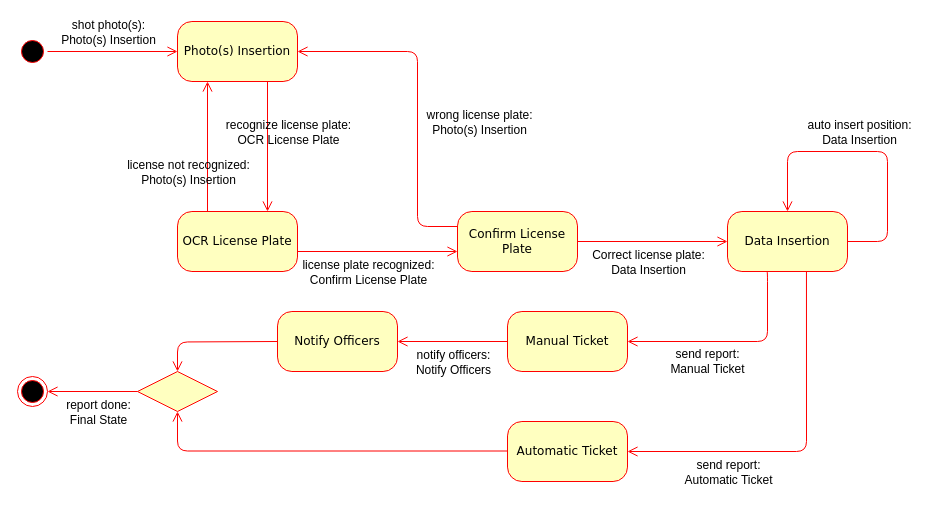
The draw.io diagram RASD/diagrams/creationOfAReport.drawio in GiorgioUghini/SafeStreets, before the edit. Source tidied: cells renumbered, new cells numbered last; positions are measured from the earlier drawing's top-left corner, leaving out a move shared by most shapes. Both pictures are drawn from the tidied source at 100%, with x=0, y=0 at pixel (17, 21).
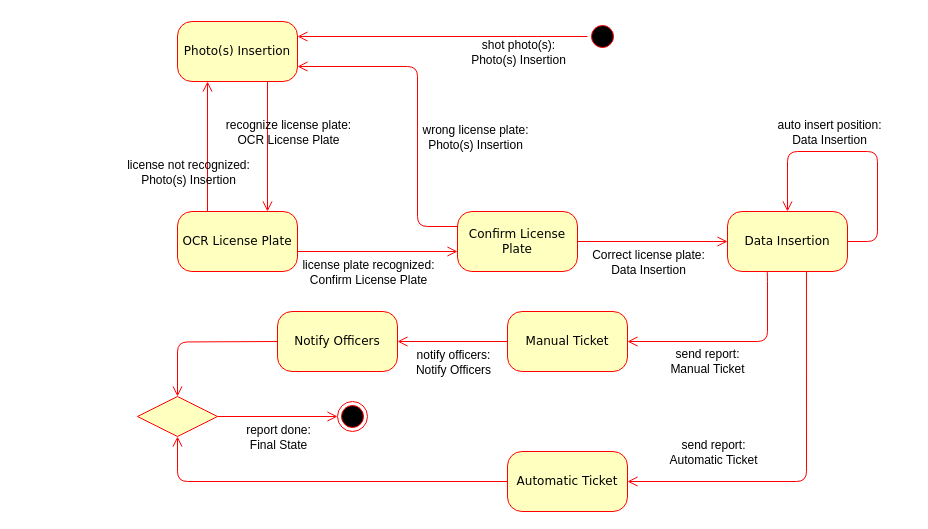
After the change.

Unchanged cells that the change refers to:
```xml
<mxCell id="4" value="Photo(s) Insertion" style="rounded=1;whiteSpace=wrap;html=1;arcSize=24;fillColor=#ffffc0;strokeColor=#ff0000;shadow=0;comic=0;labelBackgroundColor=none;fontFamily=Verdana;fontSize=12;fontColor=#000000;align=center;" parent="1" vertex="1">
  <mxGeometry x="160" width="120" height="60" as="geometry" />
</mxCell>
<mxCell id="5" value="Data Insertion" style="rounded=1;whiteSpace=wrap;html=1;arcSize=24;fillColor=#ffffc0;strokeColor=#ff0000;shadow=0;comic=0;labelBackgroundColor=none;fontFamily=Verdana;fontSize=12;fontColor=#000000;align=center;" parent="1" vertex="1">
  <mxGeometry x="710" y="190" width="120" height="60" as="geometry" />
</mxCell>
<mxCell id="6" value="Confirm License Plate" style="rounded=1;whiteSpace=wrap;html=1;arcSize=24;fillColor=#ffffc0;strokeColor=#ff0000;shadow=0;comic=0;labelBackgroundColor=none;fontFamily=Verdana;fontSize=12;fontColor=#000000;align=center;" parent="1" vertex="1">
  <mxGeometry x="440" y="190" width="120" height="60" as="geometry" />
</mxCell>
```

Change to the diagram source:
```diff
@@
     <mxCell id="2" style="ellipse;html=1;shape=startState;fillColor=#000000;strokeColor=#ff0000;rounded=1;shadow=0;comic=0;labelBackgroundColor=none;fontFamily=Verdana;fontSize=12;fontColor=#000000;align=center;direction=south;" parent="1" vertex="1">
-      <mxGeometry y="15" width="30" height="30" as="geometry" />
+      <mxGeometry x="570" width="30" height="30" as="geometry" />
     </mxCell>
@@
-    <mxCell id="7" style="edgeStyle=orthogonalEdgeStyle;html=1;labelBackgroundColor=none;endArrow=open;endSize=8;strokeColor=#ff0000;fontFamily=Verdana;fontSize=12;align=left;" parent="1" edge="1" source="2" target="4">
-      <mxGeometry relative="1" as="geometry" />
+    <mxCell id="7" style="edgeStyle=orthogonalEdgeStyle;html=1;labelBackgroundColor=none;endArrow=open;endSize=8;strokeColor=#ff0000;fontFamily=Verdana;fontSize=12;align=left;entryX=1;entryY=0.25;entryDx=0;entryDy=0;" parent="1" edge="1" source="2" target="4">
+      <mxGeometry relative="1" as="geometry">
+        <Array as="points">
+          <mxPoint x="510" y="15" />
+          <mxPoint x="510" y="15" />
+        </Array>
+      </mxGeometry>
     </mxCell>
     <mxCell id="8" value="shot photo(s):&lt;br&gt;Photo(s) Insertion" style="text;html=1;align=center;verticalAlign=middle;labelBackgroundColor=#ffffff;" parent="7" vertex="1">
       <mxGeometry x="-0.17" y="2" relative="1" as="geometry">
-        <mxPoint x="6" y="-18" as="offset" />
+        <mxPoint x="50" y="13" as="offset" />
       </mxGeometry>
     </mxCell>
@@
-    <mxCell id="15" style="edgeStyle=orthogonalEdgeStyle;html=1;exitX=0;exitY=0.25;entryX=1;entryY=0.5;labelBackgroundColor=none;endArrow=open;endSize=8;strokeColor=#ff0000;fontFamily=Verdana;fontSize=12;align=left;exitDx=0;exitDy=0;entryDx=0;entryDy=0;" parent="1" edge="1" source="6" target="4">
+    <mxCell id="15" style="edgeStyle=orthogonalEdgeStyle;html=1;exitX=0;exitY=0.25;entryX=1;entryY=0.75;labelBackgroundColor=none;endArrow=open;endSize=8;strokeColor=#ff0000;fontFamily=Verdana;fontSize=12;align=left;exitDx=0;exitDy=0;entryDx=0;entryDy=0;" parent="1" edge="1" source="6" target="4">
       <mxGeometry relative="1" as="geometry">
         <Array as="points">
           <mxPoint x="400" y="205" />
-          <mxPoint x="400" y="30" />
+          <mxPoint x="400" y="45" />
         </Array>
       </mxGeometry>
     </mxCell>
@@
     <mxCell id="19" style="edgeStyle=orthogonalEdgeStyle;html=1;exitX=1;exitY=0.5;entryX=0.5;entryY=0;labelBackgroundColor=none;endArrow=open;endSize=8;strokeColor=#ff0000;fontFamily=Verdana;fontSize=12;align=left;exitDx=0;exitDy=0;entryDx=0;entryDy=0;" parent="1" edge="1" source="5" target="5">
       <mxGeometry relative="1" as="geometry">
         <Array as="points">
-          <mxPoint x="870" y="220" />
-          <mxPoint x="870" y="130" />
+          <mxPoint x="860" y="220" />
+          <mxPoint x="860" y="130" />
           <mxPoint x="770" y="130" />
         </Array>
       </mxGeometry>
     </mxCell>
     <mxCell id="20" value="auto insert position:&lt;br&gt;Data Insertion" style="text;html=1;align=center;verticalAlign=middle;labelBackgroundColor=none;" parent="19" vertex="1">
       <mxGeometry x="0.47" y="-4" relative="1" as="geometry">
-        <mxPoint x="54" y="-16" as="offset" />
+        <mxPoint x="29" y="-16" as="offset" />
       </mxGeometry>
     </mxCell>
     <mxCell id="21" style="ellipse;html=1;shape=endState;fillColor=#000000;strokeColor=#ff0000;rounded=1;shadow=0;comic=0;labelBackgroundColor=none;fontFamily=Verdana;fontSize=12;fontColor=#000000;align=center;" parent="1" vertex="1">
-      <mxGeometry y="355" width="30" height="30" as="geometry" />
+      <mxGeometry x="320" y="380" width="30" height="30" as="geometry" />
     </mxCell>
-    <mxCell id="22" style="edgeStyle=orthogonalEdgeStyle;html=1;labelBackgroundColor=none;endArrow=open;endSize=8;strokeColor=#ff0000;fontFamily=Verdana;fontSize=12;align=left;exitX=0.658;exitY=1;exitDx=0;exitDy=0;exitPerimeter=0;" parent="1" edge="1" source="5">
+    <mxCell id="22" style="edgeStyle=orthogonalEdgeStyle;html=1;labelBackgroundColor=none;endArrow=open;endSize=8;strokeColor=#ff0000;fontFamily=Verdana;fontSize=12;align=left;exitX=0.658;exitY=1;exitDx=0;exitDy=0;exitPerimeter=0;entryX=1;entryY=0.5;entryDx=0;entryDy=0;" parent="1" edge="1" source="5" target="26">
       <mxGeometry relative="1" as="geometry">
-        <mxPoint x="610" y="430" as="targetPoint" />
         <Array as="points">
-          <mxPoint x="789" y="430" />
+          <mxPoint x="789" y="460" />
         </Array>
       </mxGeometry>
     </mxCell>
     <mxCell id="23" value="send report:&lt;br&gt;Automatic Ticket" style="text;html=1;align=center;verticalAlign=middle;labelBackgroundColor=#ffffff;" parent="22" vertex="1">
       <mxGeometry x="0.15" y="1" relative="1" as="geometry">
-        <mxPoint x="-53" y="19" as="offset" />
+        <mxPoint x="-80" y="-31" as="offset" />
       </mxGeometry>
     </mxCell>
@@
     <mxCell id="26" value="Automatic Ticket" style="rounded=1;whiteSpace=wrap;html=1;arcSize=24;fillColor=#ffffc0;strokeColor=#ff0000;shadow=0;comic=0;labelBackgroundColor=none;fontFamily=Verdana;fontSize=12;fontColor=#000000;align=center;" parent="1" vertex="1">
-      <mxGeometry x="490" y="400" width="120" height="60" as="geometry" />
+      <mxGeometry x="490" y="430" width="120" height="60" as="geometry" />
     </mxCell>
@@
-    <mxCell id="31" style="rhombus;whiteSpace=wrap;html=1;labelBackgroundColor=none;fillColor=#FFFFC0;strokeColor=#FF0000;" parent="1" vertex="1">
-      <mxGeometry x="120" y="350" width="80" height="40" as="geometry" />
-    </mxCell>
-    <mxCell id="32" style="edgeStyle=orthogonalEdgeStyle;html=1;labelBackgroundColor=none;endArrow=open;endSize=8;strokeColor=#ff0000;fontFamily=Verdana;fontSize=12;align=left;exitX=0;exitY=0.5;exitDx=0;exitDy=0;" parent="1" edge="1">
-      <mxGeometry relative="1" as="geometry">
-        <mxPoint x="490" y="429.5" as="sourcePoint" />
-        <mxPoint x="160" y="390" as="targetPoint" />
-        <Array as="points">
-          <mxPoint x="160" y="430" />
-        </Array>
-      </mxGeometry>
-    </mxCell>
@@
-    <mxCell id="34" style="edgeStyle=orthogonalEdgeStyle;html=1;labelBackgroundColor=none;endArrow=open;endSize=8;strokeColor=#ff0000;fontFamily=Verdana;fontSize=12;align=left;exitX=0;exitY=0.5;exitDx=0;exitDy=0;" parent="1" edge="1">
-      <mxGeometry relative="1" as="geometry">
-        <mxPoint x="120" y="370" as="sourcePoint" />
-        <mxPoint x="30" y="370" as="targetPoint" />
-      </mxGeometry>
+    <mxCell id="34" style="edgeStyle=orthogonalEdgeStyle;html=1;labelBackgroundColor=none;endArrow=open;endSize=8;strokeColor=#ff0000;fontFamily=Verdana;fontSize=12;align=left;exitX=1;exitY=0.5;exitDx=0;exitDy=0;entryX=0;entryY=0.5;entryDx=0;entryDy=0;" parent="1" edge="1" source="31" target="21">
+      <mxGeometry relative="1" as="geometry" />
     </mxCell>
     <mxCell id="35" value="report done:&lt;br&gt;Final State" style="text;html=1;align=center;verticalAlign=middle;labelBackgroundColor=#ffffff;" parent="34" vertex="1">
       <mxGeometry x="-0.22" y="1" relative="1" as="geometry">
-        <mxPoint x="-5" y="19" as="offset" />
+        <mxPoint x="13" y="21" as="offset" />
       </mxGeometry>
     </mxCell>
+    <mxCell id="31" style="rhombus;whiteSpace=wrap;html=1;labelBackgroundColor=none;fillColor=#FFFFC0;strokeColor=#FF0000;" parent="1" vertex="1">
+      <mxGeometry x="120" y="375" width="80" height="40" as="geometry" />
+    </mxCell>
+    <mxCell id="36" style="edgeStyle=orthogonalEdgeStyle;html=1;labelBackgroundColor=none;endArrow=open;endSize=8;strokeColor=#ff0000;fontFamily=Verdana;fontSize=12;align=left;exitX=0;exitY=0.5;exitDx=0;exitDy=0;" parent="1" edge="1" source="26" target="31">
+      <mxGeometry relative="1" as="geometry">
+        <Array as="points">
+          <mxPoint x="160" y="460" />
+        </Array>
+      </mxGeometry>
+    </mxCell>
```
